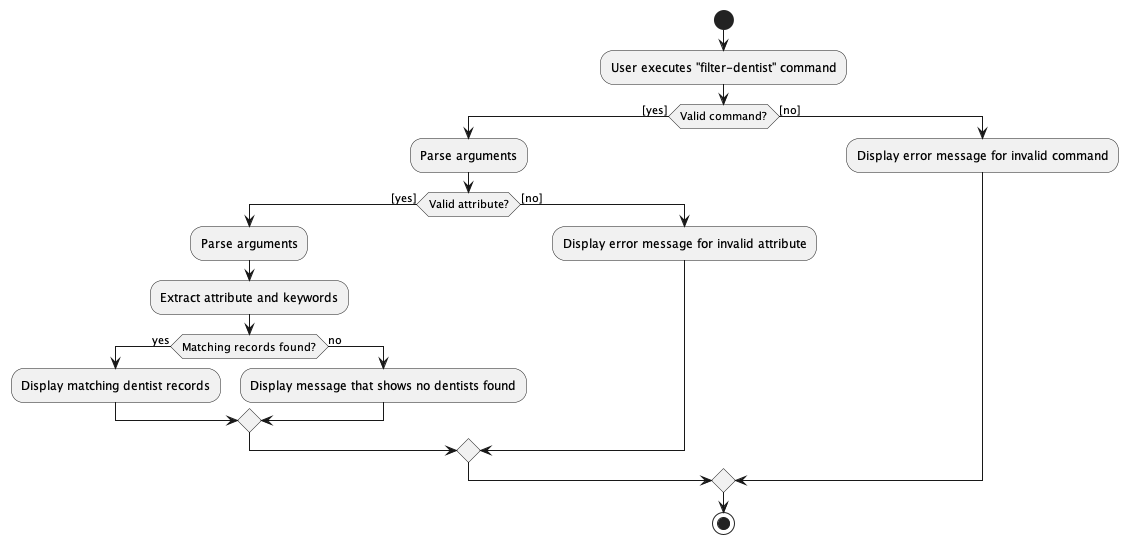
This is docs/images/FilterDentistActivityDiagram.png from techjay-c/tp, a PlantUML export, as it was before one commit. The source it was exported from:
```plantuml
@startuml
start

:User executes "filter-dentist" command;

if (Valid command?) then ([yes])
    :Parse arguments;

    if (Valid attribute?) then ([yes])
        :Parse arguments;
        :Extract attribute and keywords;

        if (Matching records found?) then (yes)
            :Display matching dentist records;

            else (no)
                :Display message that shows no dentists found;
            endif

    else ([no])
        :Display error message for invalid attribute;
    endif

else ([no])
     :Display error message for invalid command;
endif

stop
@enduml
```
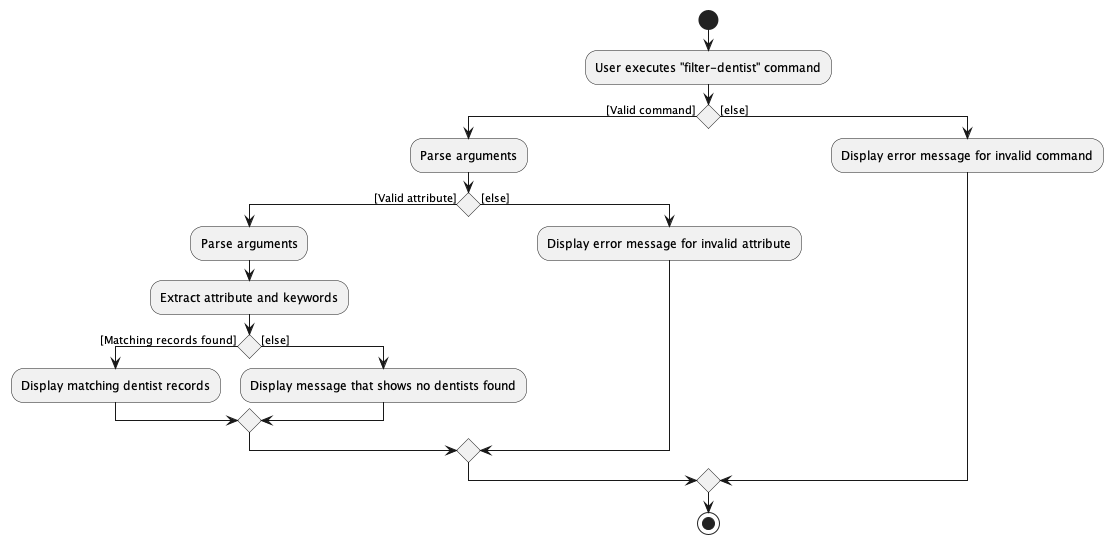
Later version of the same file.

Change to the diagram source:
```diff
@@ -3,25 +3,25 @@
 
 :User executes "filter-dentist" command;
 
-if (Valid command?) then ([yes])
+if () then ([Valid command])
     :Parse arguments;
 
-    if (Valid attribute?) then ([yes])
+    if () then ([Valid attribute])
         :Parse arguments;
         :Extract attribute and keywords;
 
-        if (Matching records found?) then (yes)
+        if () then ([Matching records found])
             :Display matching dentist records;
 
-            else (no)
+            else ([else])
                 :Display message that shows no dentists found;
             endif
 
-    else ([no])
+    else ([else])
         :Display error message for invalid attribute;
     endif
 
-else ([no])
+else ([else])
      :Display error message for invalid command;
 endif
 
```
